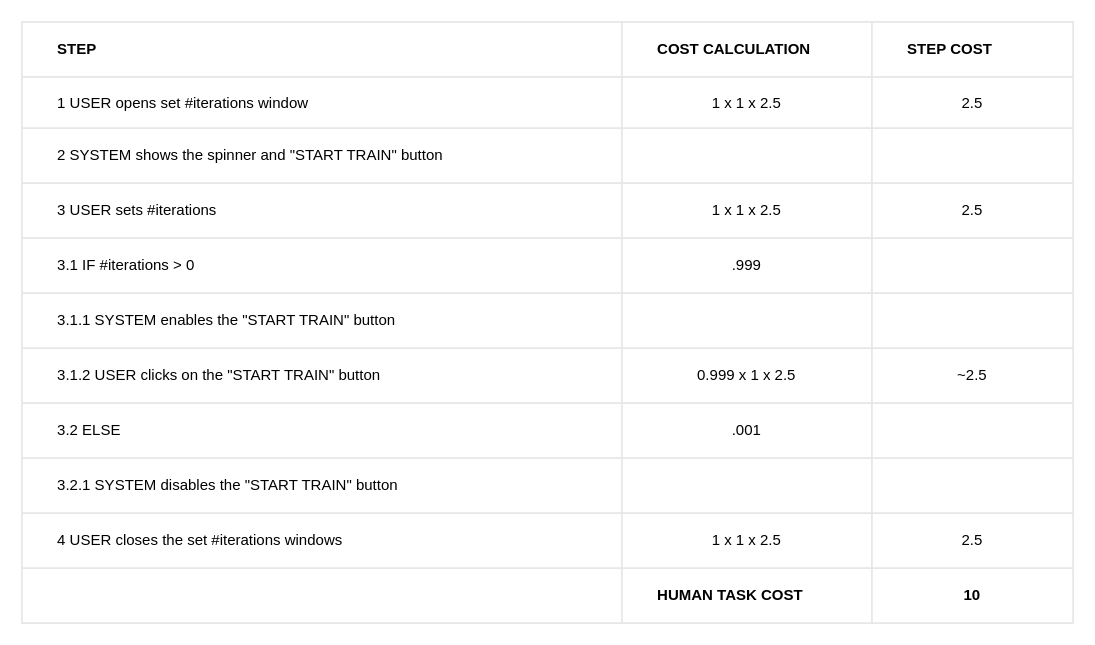
The draw.io diagram set iteration (Bello)/set_#iterations_table.drawio in BaffoBello14/AutomaticDamagesRecognition, before the edit. Source tidied: cells renumbered, new cells numbered last; positions are measured from the earlier drawing's top-left corner, leaving out a move shared by most shapes. Both pictures are drawn from the tidied source at 125%, with x=0, y=0 at pixel (21, 21).
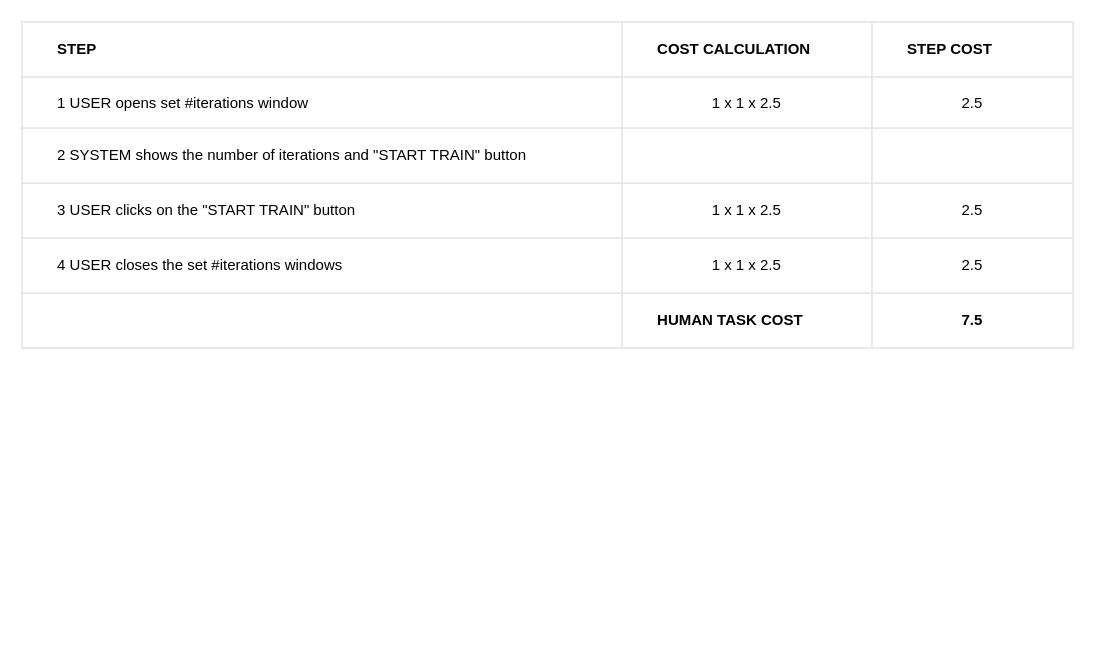
Above is the later version.

Commit message (it also covers changes not shown here):
Update set iteration diagram

Unchanged cells that the change refers to:
```xml
<mxCell id="11" style="shape=tableRow;horizontal=0;startSize=0;swimlaneHead=0;swimlaneBody=0;top=0;left=0;bottom=0;right=0;fontStyle=0;fillColor=none;strokeColor=inherit;" parent="2" vertex="1">
  <mxGeometry y="85" width="841" height="44" as="geometry" />
</mxCell>
```

What changed in the source:
```diff
@@
     <mxCell id="2" style="childLayout=tableLayout;shadow=0;strokeColor=#E6E6E6;align=center;" parent="1" vertex="1">
-      <mxGeometry width="841" height="481" as="geometry" />
+      <mxGeometry width="841" height="261" as="geometry" />
     </mxCell>
@@
-    <mxCell id="12" value="&lt;span style=&quot;white-space: pre;&quot;&gt;&#9;&lt;/span&gt;2 SYSTEM shows the spinner and &quot;START TRAIN&quot; button" style="strokeColor=inherit;fillColor=none;align=left;whiteSpace=wrap;html=1;" parent="11" vertex="1">
+    <mxCell id="12" value="&lt;span style=&quot;white-space: pre;&quot;&gt;&#9;&lt;/span&gt;2 SYSTEM shows the number of iterations and &quot;START TRAIN&quot; button" style="strokeColor=inherit;fillColor=none;align=left;whiteSpace=wrap;html=1;" parent="11" vertex="1">
       <mxGeometry width="480" height="44" as="geometry" />
     </mxCell>
@@
-    <mxCell id="15" style="shape=tableRow;horizontal=0;startSize=0;swimlaneHead=0;swimlaneBody=0;top=0;left=0;bottom=0;right=0;fontStyle=0;fillColor=none;strokeColor=inherit;" parent="2" vertex="1">
-      <mxGeometry y="129" width="841" height="44" as="geometry" />
-    </mxCell>
-    <mxCell id="16" value="&lt;span style=&quot;&quot;&gt;&lt;span style=&quot;white-space: pre;&quot;&gt;&amp;nbsp;&lt;span style=&quot;white-space: pre;&quot;&gt;&#9;&lt;/span&gt;&lt;/span&gt;&lt;/span&gt;3 USER sets #iterations" style="strokeColor=inherit;fillColor=none;align=left;whiteSpace=wrap;html=1;" parent="15" vertex="1">
-      <mxGeometry width="480" height="44" as="geometry" />
-    </mxCell>
-    <mxCell id="17" value="1 x 1 x 2.5" style="strokeColor=inherit;fillColor=none;align=center;whiteSpace=wrap;html=1;" parent="15" vertex="1">
-      <mxGeometry x="480" width="200" height="44" as="geometry" />
-    </mxCell>
-    <mxCell id="18" value="2.5" style="strokeColor=inherit;fillColor=none;align=center;whiteSpace=wrap;html=1;" parent="15" vertex="1">
-      <mxGeometry x="680" width="161" height="44" as="geometry" />
-    </mxCell>
-    <mxCell id="19" style="shape=tableRow;horizontal=0;startSize=0;swimlaneHead=0;swimlaneBody=0;top=0;left=0;bottom=0;right=0;fontStyle=0;fillColor=none;strokeColor=inherit;" parent="2" vertex="1">
-      <mxGeometry y="173" width="841" height="44" as="geometry" />
-    </mxCell>
-    <mxCell id="20" value="&lt;span style=&quot;white-space: pre;&quot;&gt;&#9;&lt;/span&gt;3.1 IF #iterations &amp;gt; 0" style="strokeColor=inherit;fillColor=none;align=left;whiteSpace=wrap;html=1;" parent="19" vertex="1">
-      <mxGeometry width="480" height="44" as="geometry" />
-    </mxCell>
-    <mxCell id="21" value=".999" style="strokeColor=inherit;fillColor=none;align=center;whiteSpace=wrap;html=1;" parent="19" vertex="1">
-      <mxGeometry x="480" width="200" height="44" as="geometry" />
-    </mxCell>
-    <mxCell id="22" style="strokeColor=inherit;fillColor=none;align=left;whiteSpace=wrap;html=1;" parent="19" vertex="1">
-      <mxGeometry x="680" width="161" height="44" as="geometry" />
-    </mxCell>
-    <mxCell id="23" style="shape=tableRow;horizontal=0;startSize=0;swimlaneHead=0;swimlaneBody=0;top=0;left=0;bottom=0;right=0;fontStyle=0;fillColor=none;strokeColor=inherit;" parent="2" vertex="1">
-      <mxGeometry y="217" width="841" height="44" as="geometry" />
-    </mxCell>
-    <mxCell id="24" value="&lt;span style=&quot;white-space: pre;&quot;&gt;&#9;&lt;/span&gt;3.1.1 SYSTEM enables the &quot;START TRAIN&quot; button" style="strokeColor=inherit;fillColor=none;align=left;whiteSpace=wrap;html=1;" parent="23" vertex="1">
-      <mxGeometry width="480" height="44" as="geometry" />
-    </mxCell>
-    <mxCell id="25" style="strokeColor=inherit;fillColor=none;align=left;whiteSpace=wrap;html=1;" parent="23" vertex="1">
-      <mxGeometry x="480" width="200" height="44" as="geometry" />
-    </mxCell>
-    <mxCell id="26" style="strokeColor=inherit;fillColor=none;align=left;whiteSpace=wrap;html=1;" parent="23" vertex="1">
-      <mxGeometry x="680" width="161" height="44" as="geometry" />
-    </mxCell>
     <mxCell id="27" style="shape=tableRow;horizontal=0;startSize=0;swimlaneHead=0;swimlaneBody=0;top=0;left=0;bottom=0;right=0;fontStyle=0;fillColor=none;strokeColor=inherit;" parent="2" vertex="1">
-      <mxGeometry y="261" width="841" height="44" as="geometry" />
+      <mxGeometry y="129" width="841" height="44" as="geometry" />
     </mxCell>
-    <mxCell id="28" value="&lt;span style=&quot;&quot;&gt;&lt;span style=&quot;white-space: pre;&quot;&gt;&amp;nbsp;&amp;nbsp;&amp;nbsp;&amp;nbsp;&lt;span style=&quot;white-space: pre;&quot;&gt;&#9;&lt;/span&gt;&lt;/span&gt;&lt;/span&gt;3.1.2 USER clicks on the &quot;START TRAIN&quot; button" style="strokeColor=inherit;fillColor=none;align=left;whiteSpace=wrap;html=1;" parent="27" vertex="1">
+    <mxCell id="28" value="&lt;span style=&quot;&quot;&gt;&lt;span style=&quot;white-space: pre;&quot;&gt;&amp;nbsp;&amp;nbsp;&amp;nbsp;&amp;nbsp;&lt;span style=&quot;white-space: pre;&quot;&gt;&#9;&lt;/span&gt;&lt;/span&gt;&lt;/span&gt;3 USER clicks on the &quot;START TRAIN&quot; button" style="strokeColor=inherit;fillColor=none;align=left;whiteSpace=wrap;html=1;" parent="27" vertex="1">
       <mxGeometry width="480" height="44" as="geometry" />
     </mxCell>
-    <mxCell id="29" value="0.999 x 1 x 2.5" style="strokeColor=inherit;fillColor=none;align=center;whiteSpace=wrap;html=1;" parent="27" vertex="1">
+    <mxCell id="29" value="1 x 1 x 2.5" style="strokeColor=inherit;fillColor=none;align=center;whiteSpace=wrap;html=1;" parent="27" vertex="1">
       <mxGeometry x="480" width="200" height="44" as="geometry" />
     </mxCell>
-    <mxCell id="30" value="~2.5" style="strokeColor=inherit;fillColor=none;align=center;whiteSpace=wrap;html=1;" parent="27" vertex="1">
+    <mxCell id="30" value="2.5" style="strokeColor=inherit;fillColor=none;align=center;whiteSpace=wrap;html=1;" parent="27" vertex="1">
       <mxGeometry x="680" width="161" height="44" as="geometry" />
     </mxCell>
-    <mxCell id="31" style="shape=tableRow;horizontal=0;startSize=0;swimlaneHead=0;swimlaneBody=0;top=0;left=0;bottom=0;right=0;fontStyle=0;fillColor=none;strokeColor=inherit;" parent="2" vertex="1">
-      <mxGeometry y="305" width="841" height="44" as="geometry" />
-    </mxCell>
-    <mxCell id="32" value="&lt;span style=&quot;white-space: pre;&quot;&gt;&#9;&lt;/span&gt;3.2 ELSE" style="strokeColor=inherit;fillColor=none;align=left;whiteSpace=wrap;html=1;" parent="31" vertex="1">
-      <mxGeometry width="480" height="44" as="geometry" />
-    </mxCell>
-    <mxCell id="33" value=".001" style="strokeColor=inherit;fillColor=none;align=center;whiteSpace=wrap;html=1;" parent="31" vertex="1">
-      <mxGeometry x="480" width="200" height="44" as="geometry" />
-    </mxCell>
-    <mxCell id="34" style="strokeColor=inherit;fillColor=none;align=left;whiteSpace=wrap;html=1;" parent="31" vertex="1">
-      <mxGeometry x="680" width="161" height="44" as="geometry" />
-    </mxCell>
-    <mxCell id="35" style="shape=tableRow;horizontal=0;startSize=0;swimlaneHead=0;swimlaneBody=0;top=0;left=0;bottom=0;right=0;fontStyle=0;fillColor=none;strokeColor=inherit;" parent="2" vertex="1">
-      <mxGeometry y="349" width="841" height="44" as="geometry" />
-    </mxCell>
-    <mxCell id="36" value="&lt;span style=&quot;&quot;&gt;&lt;span style=&quot;white-space: pre;&quot;&gt;&amp;nbsp;&amp;nbsp;&amp;nbsp;&amp;nbsp;&lt;span style=&quot;white-space: pre;&quot;&gt;&#9;&lt;/span&gt;&lt;/span&gt;&lt;/span&gt;3.2.1 SYSTEM disables the &quot;START TRAIN&quot; button" style="strokeColor=inherit;fillColor=none;align=left;whiteSpace=wrap;html=1;" parent="35" vertex="1">
-      <mxGeometry width="480" height="44" as="geometry" />
-    </mxCell>
-    <mxCell id="37" style="strokeColor=inherit;fillColor=none;align=left;whiteSpace=wrap;html=1;" parent="35" vertex="1">
-      <mxGeometry x="480" width="200" height="44" as="geometry" />
-    </mxCell>
-    <mxCell id="38" style="strokeColor=inherit;fillColor=none;align=left;whiteSpace=wrap;html=1;" parent="35" vertex="1">
-      <mxGeometry x="680" width="161" height="44" as="geometry" />
-    </mxCell>
     <mxCell id="39" style="shape=tableRow;horizontal=0;startSize=0;swimlaneHead=0;swimlaneBody=0;top=0;left=0;bottom=0;right=0;fontStyle=0;fillColor=none;strokeColor=inherit;" parent="2" vertex="1">
-      <mxGeometry y="393" width="841" height="44" as="geometry" />
+      <mxGeometry y="173" width="841" height="44" as="geometry" />
     </mxCell>
@@
     <mxCell id="43" style="shape=tableRow;horizontal=0;startSize=0;swimlaneHead=0;swimlaneBody=0;top=0;left=0;bottom=0;right=0;fontStyle=0;fillColor=none;strokeColor=inherit;" parent="2" vertex="1">
-      <mxGeometry y="437" width="841" height="44" as="geometry" />
+      <mxGeometry y="217" width="841" height="44" as="geometry" />
     </mxCell>
@@
-    <mxCell id="46" value="&lt;b&gt;10&lt;/b&gt;" style="strokeColor=inherit;fillColor=none;align=center;whiteSpace=wrap;html=1;" parent="43" vertex="1">
+    <mxCell id="46" value="&lt;b&gt;7.5&lt;/b&gt;" style="strokeColor=inherit;fillColor=none;align=center;whiteSpace=wrap;html=1;" parent="43" vertex="1">
       <mxGeometry x="680" width="161" height="44" as="geometry" />
     </mxCell>
```
